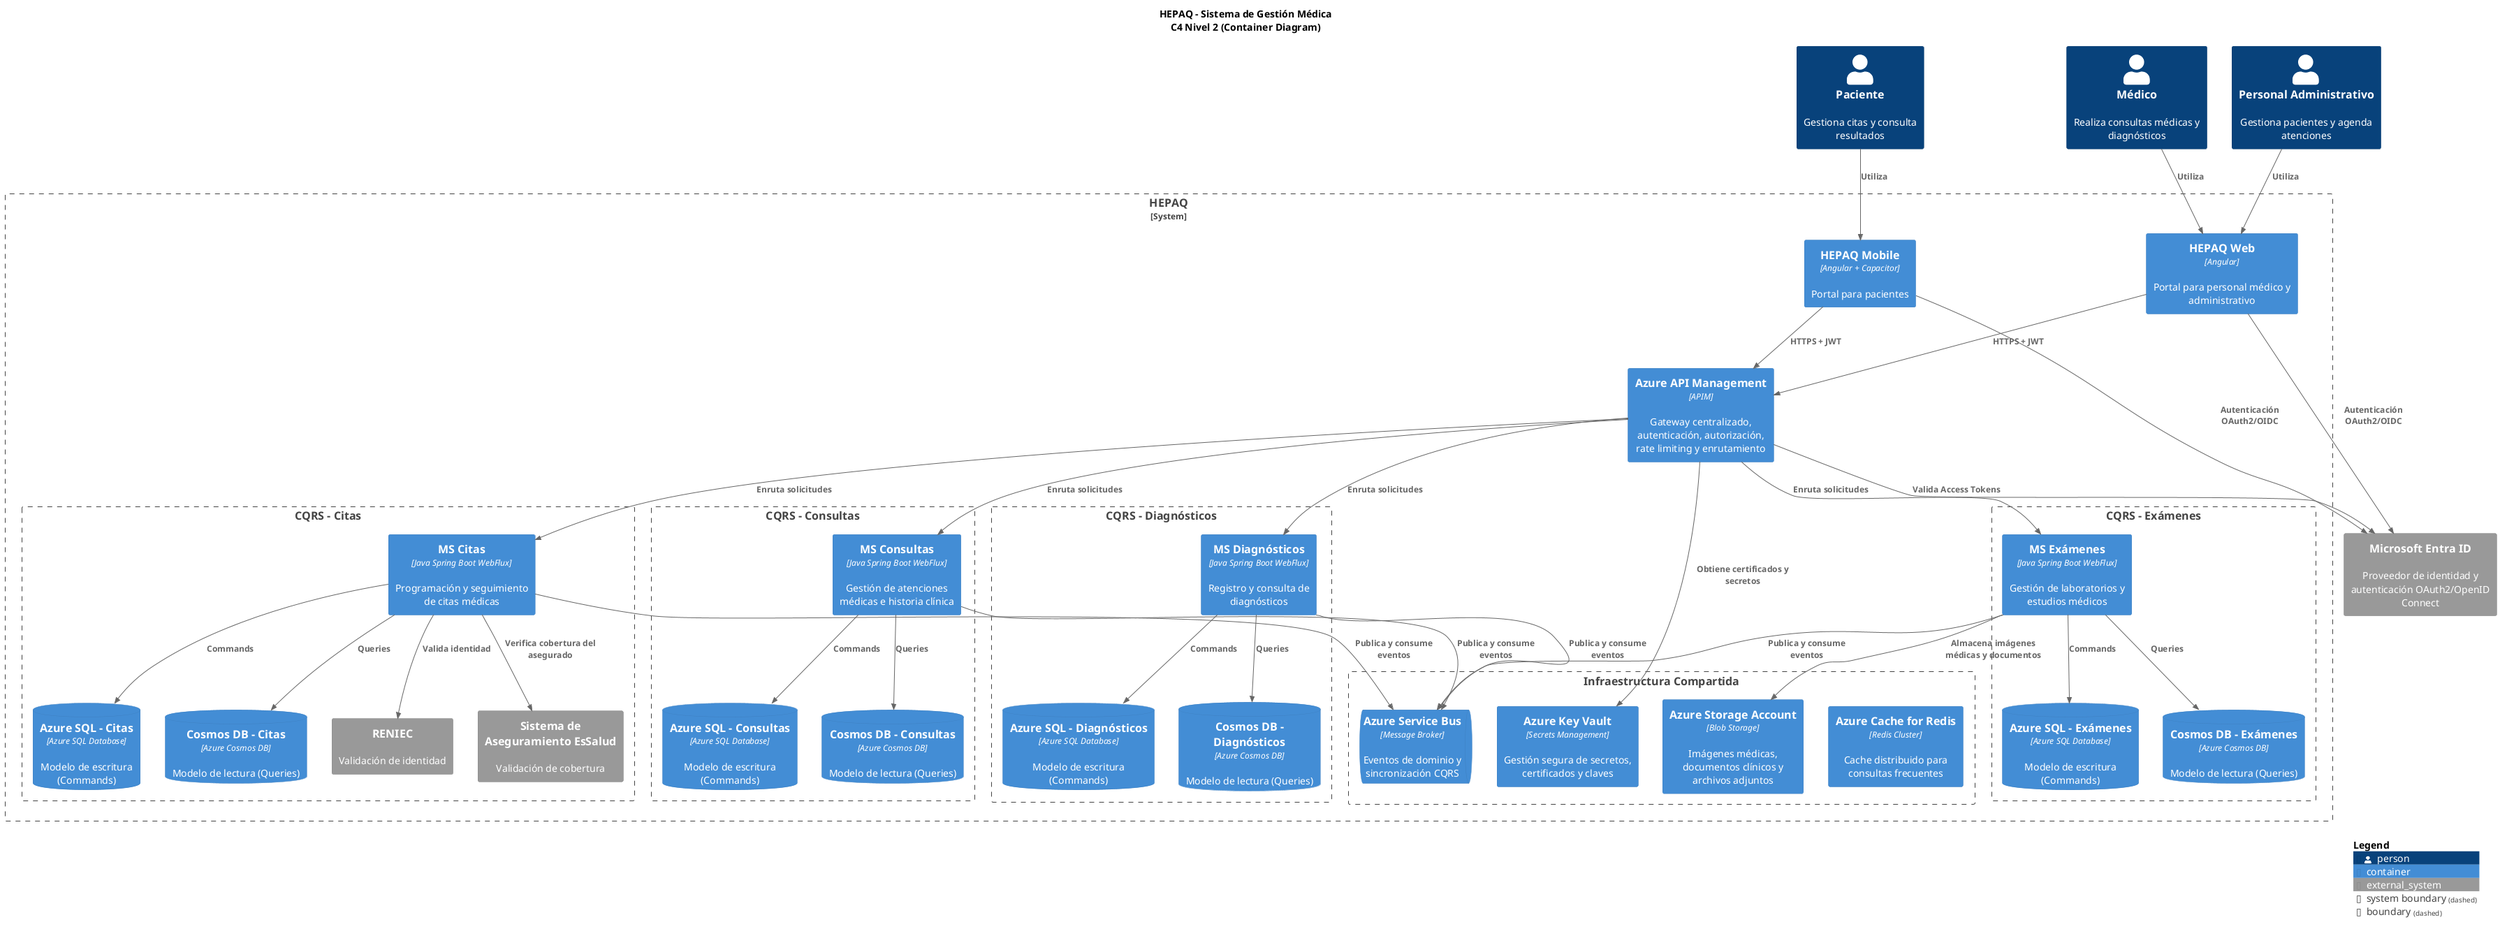
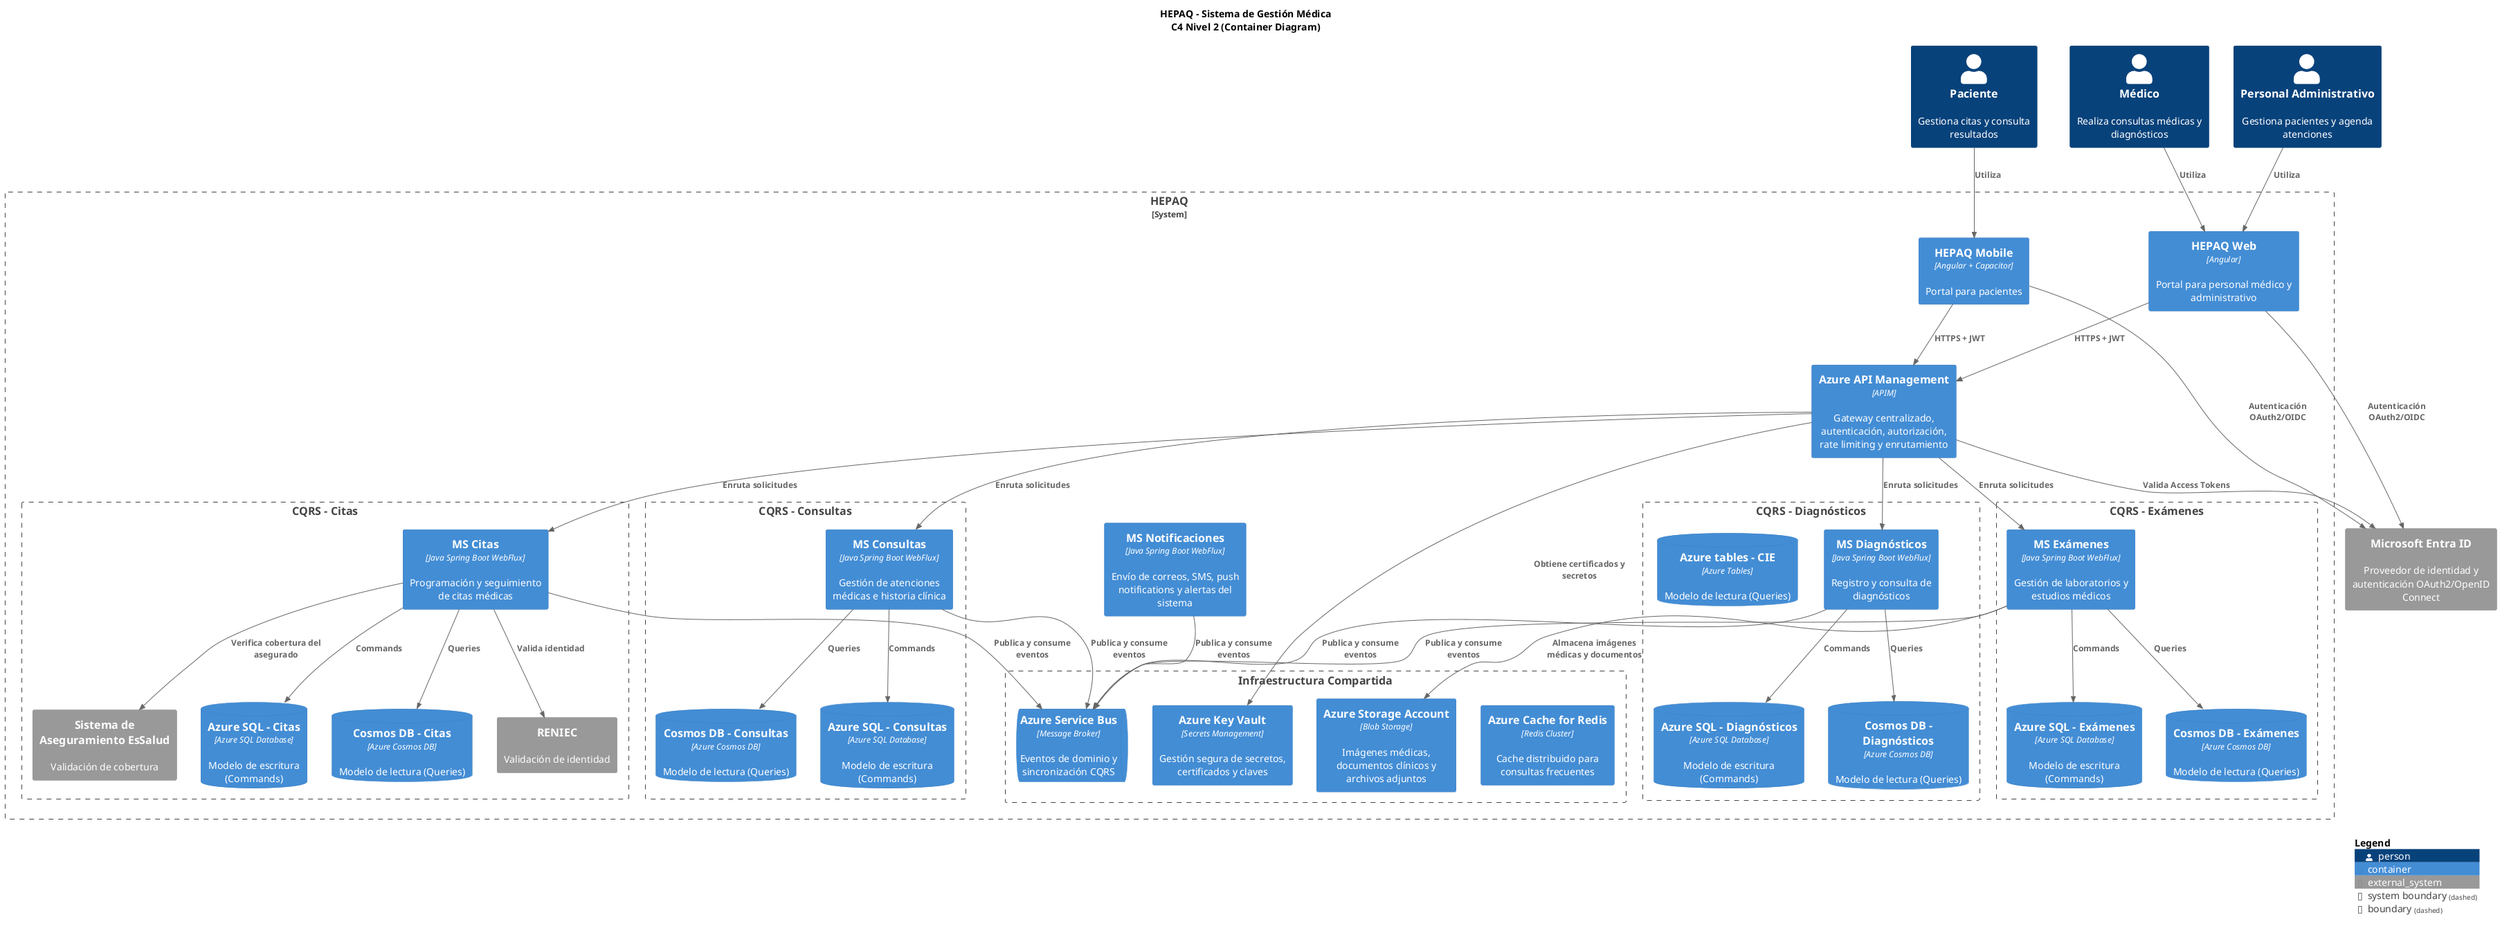
@startuml

!include <C4/C4_Container>

title HEPAQ - Sistema de Gestión Médica\nC4 Nivel 2 (Container Diagram)

Person(paciente, "Paciente", "Gestiona citas y consulta resultados")
Person(medico, "Médico", "Realiza consultas médicas y diagnósticos")
Person(administrativo, "Personal Administrativo", "Gestiona pacientes y agenda atenciones")

System_Ext(entraId, "Microsoft Entra ID", "Proveedor de identidad y autenticación OAuth2/OpenID Connect")

System_Boundary(hepaq, "HEPAQ") {

    Container(web, "HEPAQ Web", "Angular", "Portal para personal médico y administrativo")

    Container(mobile, "HEPAQ Mobile", "Angular + Capacitor", "Portal para pacientes")

    Container(apiGateway, "Azure API Management", "APIM", "Gateway centralizado, autenticación, autorización, rate limiting y enrutamiento")

    Boundary(sharedInfra, "Infraestructura Compartida") {

        Container(cache, "Azure Cache for Redis", "Redis Cluster", "Cache distribuido para consultas frecuentes")

        ContainerQueue(eventBus, "Azure Service Bus", "Message Broker", "Eventos de dominio y sincronización CQRS")

        Container(keyVault, "Azure Key Vault", "Secrets Management", "Gestión segura de secretos, certificados y claves")

        Container(storage, "Azure Storage Account", "Blob Storage", "Imágenes médicas, documentos clínicos y archivos adjuntos")
    }

    Boundary(cqrsCitas, "CQRS - Citas") {

        Container(citas, "MS Citas", "Java Spring Boot WebFlux", "Programación y seguimiento de citas médicas")

        ContainerDb(citasWriteDb, "Azure SQL - Citas", "Azure SQL Database", "Modelo de escritura (Commands)")

        ContainerDb(citasReadDb, "Cosmos DB - Citas", "Azure Cosmos DB", "Modelo de lectura (Queries)")

        System_Ext(reniec, "RENIEC", "Validación de identidad")

        System_Ext(seguro, "Sistema de Aseguramiento EsSalud", "Validación de cobertura")
    }

    Boundary(cqrsConsultas, "CQRS - Consultas") {

        Container(consultas, "MS Consultas", "Java Spring Boot WebFlux", "Gestión de atenciones médicas e historia clínica")

        ContainerDb(consultasWriteDb, "Azure SQL - Consultas", "Azure SQL Database", "Modelo de escritura (Commands)")

        ContainerDb(consultasReadDb, "Cosmos DB - Consultas", "Azure Cosmos DB", "Modelo de lectura (Queries)")
    }

    Boundary(cqrsDiagnosticos, "CQRS - Diagnósticos") {

        Container(diagnosticos, "MS Diagnósticos", "Java Spring Boot WebFlux", "Registro y consulta de diagnósticos")

        ContainerDb(diagnosticosWriteDb, "Azure SQL - Diagnósticos", "Azure SQL Database", "Modelo de escritura (Commands)")

        ContainerDb(diagnosticosReadDb, "Cosmos DB - Diagnósticos", "Azure Cosmos DB", "Modelo de lectura (Queries)")
+         ContainerDb(cieReadDb, "Azure tables - CIE", "Azure Tables", "Modelo de lectura (Queries)")
    }

    Boundary(cqrsExamenes, "CQRS - Exámenes") {

        Container(examenes, "MS Exámenes", "Java Spring Boot WebFlux", "Gestión de laboratorios y estudios médicos")

        ContainerDb(examenesWriteDb, "Azure SQL - Exámenes", "Azure SQL Database", "Modelo de escritura (Commands)")

        ContainerDb(examenesReadDb, "Cosmos DB - Exámenes", "Azure Cosmos DB", "Modelo de lectura (Queries)")
    }
+ 
+     Container(notificaciones, "MS Notificaciones", "Java Spring Boot WebFlux", "Envío de correos, SMS, push notifications y alertas del sistema")
}

' ==========================
' Usuarios
' ==========================

Rel(paciente, mobile, "Utiliza")

Rel(medico, web, "Utiliza")

Rel(administrativo, web, "Utiliza")

' ==========================
' Autenticación
' ==========================

Rel(web, entraId, "Autenticación OAuth2/OIDC")

Rel(mobile, entraId, "Autenticación OAuth2/OIDC")

Rel(apiGateway, entraId, "Valida Access Tokens")

' ==========================
' Frontend -> APIM
' ==========================

Rel(web, apiGateway, "HTTPS + JWT")

Rel(mobile, apiGateway, "HTTPS + JWT")

' ==========================
' APIM -> Microservicios
' ==========================

Rel(apiGateway, citas, "Enruta solicitudes")

Rel(apiGateway, consultas, "Enruta solicitudes")

Rel(apiGateway, diagnosticos, "Enruta solicitudes")

Rel(apiGateway, examenes, "Enruta solicitudes")

' ==========================
' CQRS - Commands / Queries
' ==========================

Rel(citas, citasWriteDb, "Commands")

Rel(citas, citasReadDb, "Queries")

Rel(consultas, consultasWriteDb, "Commands")

Rel(consultas, consultasReadDb, "Queries")

Rel(diagnosticos, diagnosticosWriteDb, "Commands")

Rel(diagnosticos, diagnosticosReadDb, "Queries")

Rel(examenes, examenesWriteDb, "Commands")

Rel(examenes, examenesReadDb, "Queries")

' ==========================
' Event Driven Architecture
' ==========================

Rel(citas, eventBus, "Publica y consume eventos")

Rel(consultas, eventBus, "Publica y consume eventos")

Rel(diagnosticos, eventBus, "Publica y consume eventos")

Rel(examenes, eventBus, "Publica y consume eventos")

+ Rel(notificaciones, eventBus, "Publica y consume eventos")
+ 
' ==========================
' Seguridad
' ==========================

Rel(apiGateway, keyVault, "Obtiene certificados y secretos")

' ==========================
' Almacenamiento documental
' ==========================

Rel(examenes, storage, "Almacena imágenes médicas y documentos")

' ==========================
' Integraciones de negocio
' ==========================

Rel(citas, reniec, "Valida identidad")

Rel(citas, seguro, "Verifica cobertura del asegurado")

SHOW_LEGEND()

@enduml